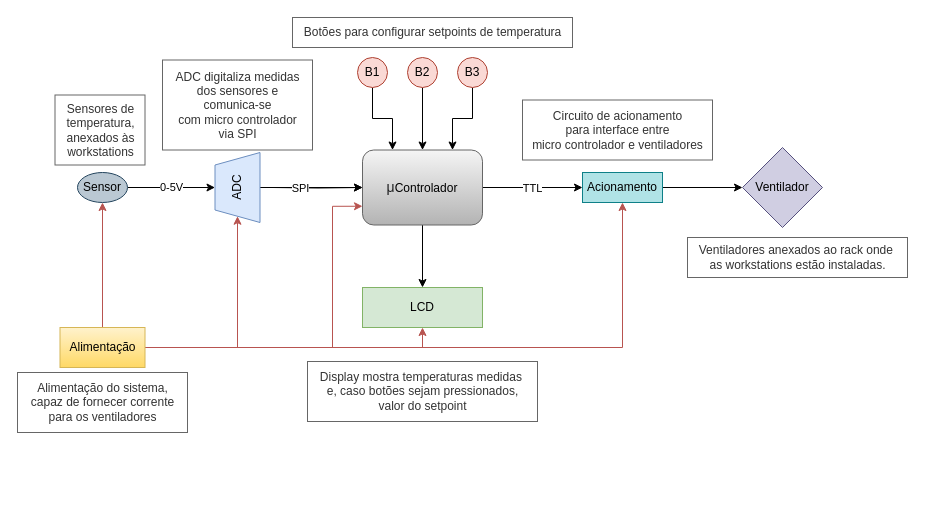
The draw.io diagram 2022.2/ventsys/ventsys.drawio in vm-bertini/ea075-2023.1, before the edit. Source tidied: cells renumbered, new cells numbered last; positions are measured from the earlier drawing's top-left corner, leaving out a move shared by most shapes. Both pictures are drawn from the tidied source at 100%, with x=0, y=0 at pixel (17, 17).
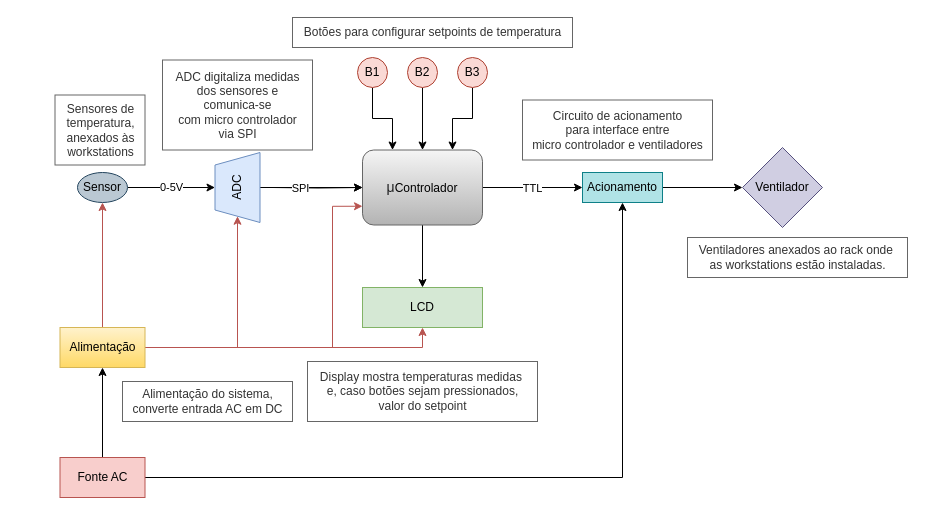
The same page after the edit.

Commit message:
Fonte Atualizada

Unchanged cells that the change refers to:
```xml
<mxCell id="11" value="Acionamento" style="rounded=0;whiteSpace=wrap;html=1;fillColor=#b0e3e6;strokeColor=#0e8088;" parent="1" vertex="1">
  <mxGeometry x="565" y="155" width="80" height="30" as="geometry" />
</mxCell>
<mxCell id="27" value="Alimentação" style="rounded=0;whiteSpace=wrap;html=1;fontFamily=Helvetica;fillColor=#fff2cc;strokeColor=#d6b656;gradientColor=#ffd966;" parent="1" vertex="1">
  <mxGeometry x="42.5" y="310" width="85" height="40" as="geometry" />
</mxCell>
```

What changed in the source:
```diff
@@
-    <mxCell id="26" style="edgeStyle=orthogonalEdgeStyle;rounded=0;jettySize=auto;html=1;exitX=1;exitY=0.5;exitDx=0;exitDy=0;entryX=0.5;entryY=1;entryDx=0;entryDy=0;fillColor=#f8cecc;gradientColor=#ea6b66;strokeColor=#b85450;" parent="1" edge="1" source="27" target="11">
-      <mxGeometry relative="1" as="geometry" />
-    </mxCell>
@@
-    <mxCell id="29" value="Alimentação do sistema,&lt;br&gt;capaz de fornecer corrente&lt;br&gt;para os ventiladores" style="text;html=1;align=center;verticalAlign=middle;strokeColor=#666666;fillColor=none;fontColor=#333333;" parent="1" vertex="1">
-      <mxGeometry y="355" width="170" height="60" as="geometry" />
+    <mxCell id="29" value="Alimentação do sistema,&lt;br&gt;converte entrada AC em DC" style="text;html=1;align=center;verticalAlign=middle;strokeColor=#666666;fillColor=none;fontColor=#333333;" parent="1" vertex="1">
+      <mxGeometry x="105" y="364" width="170" height="40" as="geometry" />
     </mxCell>
@@
+    <mxCell id="35" style="edgeStyle=orthogonalEdgeStyle;rounded=0;jettySize=auto;html=1;entryX=0.5;entryY=1;entryDx=0;entryDy=0;" parent="1" edge="1" source="37" target="27">
+      <mxGeometry relative="1" as="geometry" />
+    </mxCell>
+    <mxCell id="36" style="edgeStyle=orthogonalEdgeStyle;rounded=0;jettySize=auto;html=1;entryX=0.5;entryY=1;entryDx=0;entryDy=0;" parent="1" edge="1" source="37" target="11">
+      <mxGeometry relative="1" as="geometry" />
+    </mxCell>
+    <mxCell id="37" value="Fonte AC" style="rounded=0;whiteSpace=wrap;html=1;fontFamily=Helvetica;fillColor=#f8cecc;strokeColor=#b85450;" parent="1" vertex="1">
+      <mxGeometry x="42.5" y="440" width="85" height="40" as="geometry" />
+    </mxCell>
```
